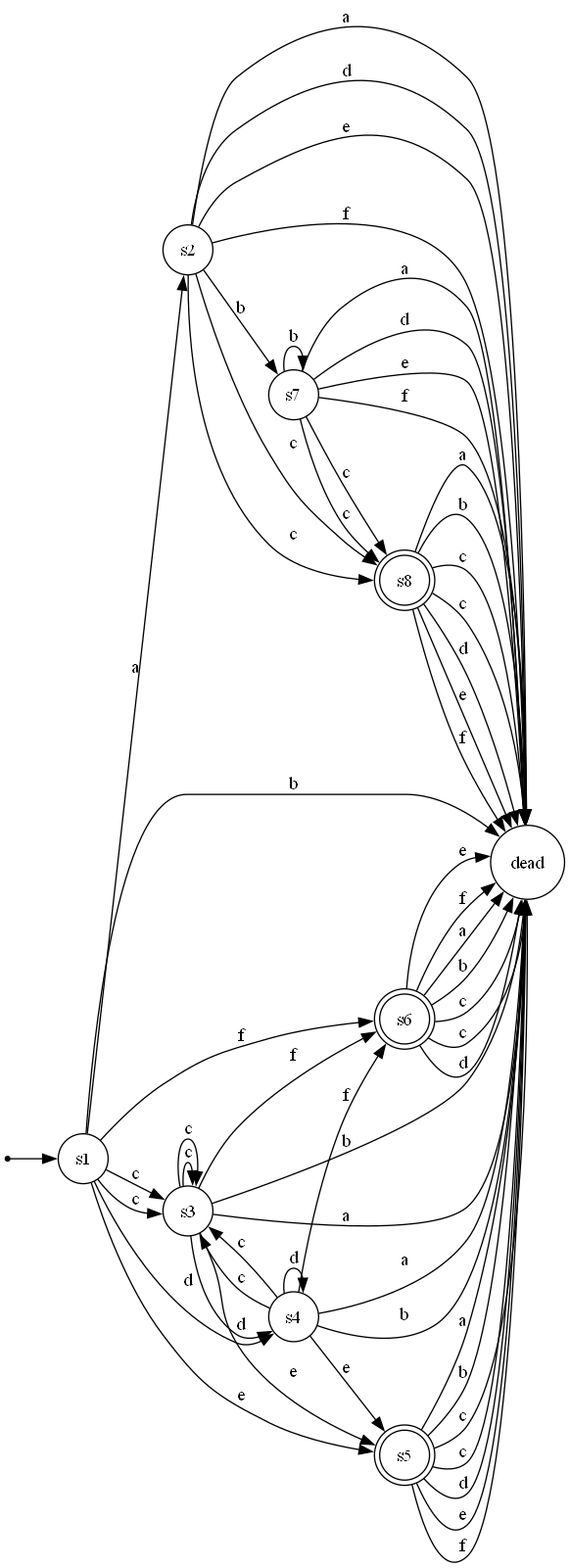
sauravatgithub-web/REGEX-to-Automata keeps this Graphviz diagram as diagrams/dfa.png. Above is the earlier version. Its source is kept beside it as dots/dfa.dot.
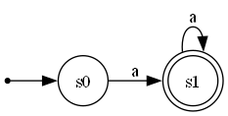
Later version of the same file.

The edit, as a diff of the source:
```diff
@@ -4,64 +4,9 @@
 
     __start__ [shape=point];
     __start__ -> s1;
-    s8 [shape=doublecircle];
-    s5 [shape=doublecircle];
-    s6 [shape=doublecircle];
+    s2 [shape=doublecircle];
+    s3 [shape=doublecircle];
     s1 -> s2 [label="a"];
-    s1 -> s_dead [label="b"];
-    s1 -> s3 [label="c"];
-    s1 -> s3 [label="c"];
-    s1 -> s4 [label="d"];
-    s1 -> s5 [label="e"];
-    s1 -> s6 [label="f"];
-    s2 -> s_dead [label="a"];
-    s2 -> s7 [label="b"];
-    s2 -> s8 [label="c"];
-    s2 -> s8 [label="c"];
-    s2 -> s_dead [label="d"];
-    s2 -> s_dead [label="e"];
-    s2 -> s_dead [label="f"];
-    s3 -> s_dead [label="a"];
-    s3 -> s_dead [label="b"];
-    s3 -> s3 [label="c"];
-    s3 -> s3 [label="c"];
-    s3 -> s4 [label="d"];
-    s3 -> s5 [label="e"];
-    s3 -> s6 [label="f"];
-    s4 -> s_dead [label="a"];
-    s4 -> s_dead [label="b"];
-    s4 -> s3 [label="c"];
-    s4 -> s3 [label="c"];
-    s4 -> s4 [label="d"];
-    s4 -> s5 [label="e"];
-    s4 -> s6 [label="f"];
-    s5 -> s_dead [label="a"];
-    s5 -> s_dead [label="b"];
-    s5 -> s_dead [label="c"];
-    s5 -> s_dead [label="c"];
-    s5 -> s_dead [label="d"];
-    s5 -> s_dead [label="e"];
-    s5 -> s_dead [label="f"];
-    s6 -> s_dead [label="a"];
-    s6 -> s_dead [label="b"];
-    s6 -> s_dead [label="c"];
-    s6 -> s_dead [label="c"];
-    s6 -> s_dead [label="d"];
-    s6 -> s_dead [label="e"];
-    s6 -> s_dead [label="f"];
-    s7 -> s_dead [label="a"];
-    s7 -> s7 [label="b"];
-    s7 -> s8 [label="c"];
-    s7 -> s8 [label="c"];
-    s7 -> s_dead [label="d"];
-    s7 -> s_dead [label="e"];
-    s7 -> s_dead [label="f"];
-    s8 -> s_dead [label="a"];
-    s8 -> s_dead [label="b"];
-    s8 -> s_dead [label="c"];
-    s8 -> s_dead [label="c"];
-    s8 -> s_dead [label="d"];
-    s8 -> s_dead [label="e"];
-    s8 -> s_dead [label="f"];
-    s_dead [label="dead"];
+    s2 -> s3 [label="a"];
+    s3 -> s3 [label="a"];
 }
```
